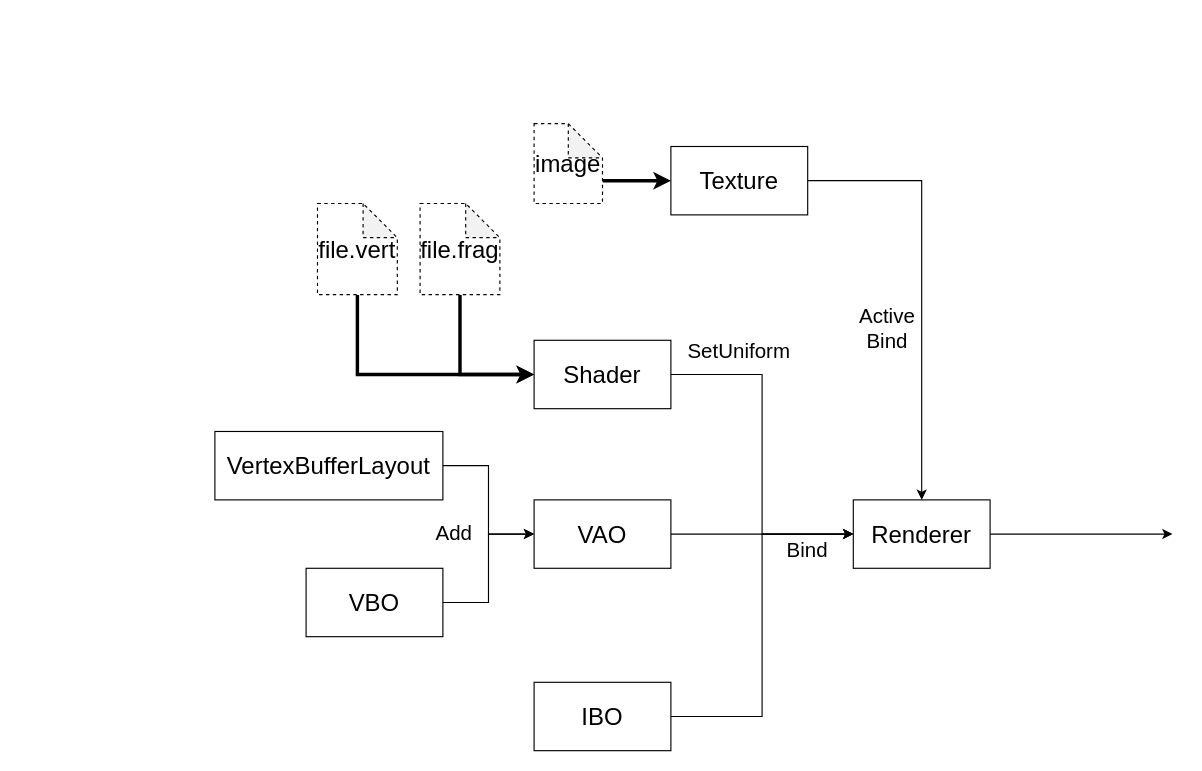
This is OpenGL.drawio from xiaodongYao/DrawIO, a draw.io file, before an edit. Source tidied: cells renumbered, new cells numbered last; positions are measured from the earlier drawing's top-left corner, leaving out a move shared by most shapes. Both pictures are drawn from the tidied source at 114%, with x=0, y=0 at pixel (214, 123).
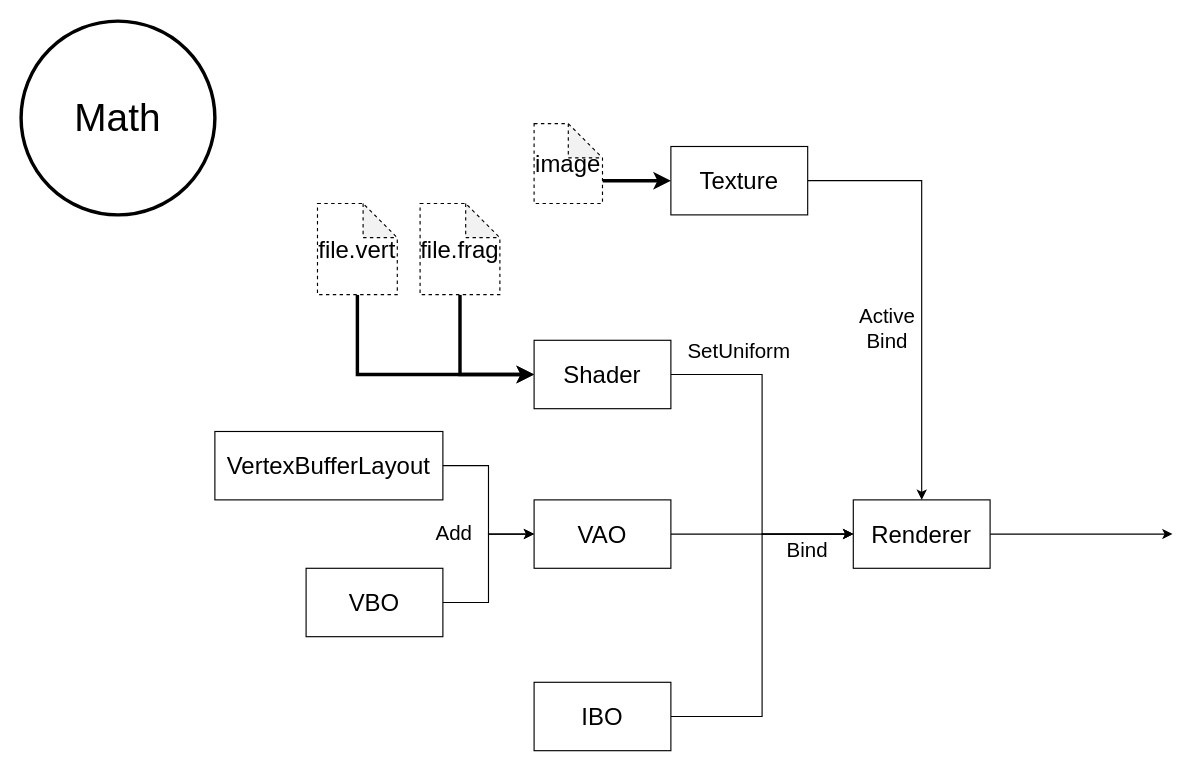
After the change.

Diff of the diagram source:
```diff
@@
+    <mxCell id="26" value="Math" style="ellipse;whiteSpace=wrap;html=1;fontSize=34;strokeWidth=3;" parent="1" vertex="1">
+      <mxGeometry x="-170" y="-90" width="170" height="170" as="geometry" />
+    </mxCell>
```
